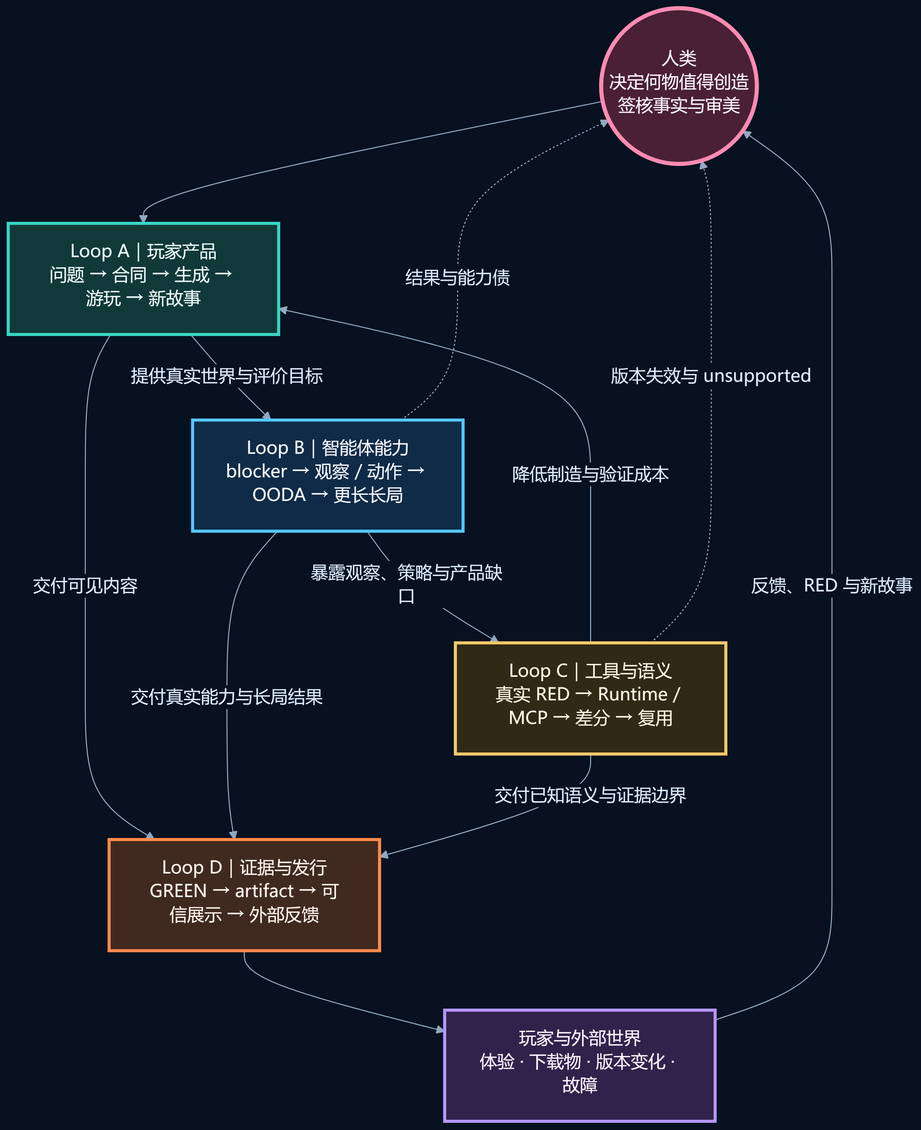
The Mermaid diagram docs/project-causality-architecture/rendered/11-four-loop-flywheel.png in XenoAmess/ck3_eternal_recurrence, before a commit. Its source is kept beside it as docs/project-causality-architecture/src/11-four-loop-flywheel.mmd. The source it was exported from:
```mermaid
flowchart TB
    H(("人类<br/>决定何物值得创造<br/>签核事实与审美"))
    A["Loop A｜玩家产品<br/>问题 → 合同 → 生成 → 游玩 → 新故事"]
    B["Loop B｜智能体能力<br/>blocker → 观察 / 动作 → OODA → 更长长局"]
    C["Loop C｜工具与语义<br/>真实 RED → Runtime / MCP → 差分 → 复用"]
    D["Loop D｜证据与发行<br/>GREEN → artifact → 可信展示 → 外部反馈"]
    P["玩家与外部世界<br/>体验 · 下载物 · 版本变化 · 故障"]

    H --> A
    A -- "提供真实世界与评价目标" --> B
    B -- "暴露观察、策略与产品缺口" --> C
    C -- "降低制造与验证成本" --> A
    A -- "交付可见内容" --> D
    B -- "交付真实能力与长局结果" --> D
    C -- "交付已知语义与证据边界" --> D
    D --> P
    P -- "反馈、RED 与新故事" --> H
    B -. "结果与能力债" .-> H
    C -. "版本失效与 unsupported" .-> H

    class H human;
    class A product;
    class B agent;
    class C tool;
    class D evidence;
    class P public;
    classDef human fill:#4a2034,stroke:#ff8bb2,color:#fff7fb,stroke-width:4px;
    classDef product fill:#123939,stroke:#38d6c5,color:#effffd,stroke-width:3px;
    classDef agent fill:#102b47,stroke:#55c8ff,color:#f4f8ff,stroke-width:3px;
    classDef tool fill:#302916,stroke:#f3c96b,color:#fff8e7,stroke-width:3px;
    classDef evidence fill:#402a1f,stroke:#ff8a4c,color:#fff6ef,stroke-width:3px;
    classDef public fill:#31224b,stroke:#b796ff,color:#faf6ff,stroke-width:3px;
```
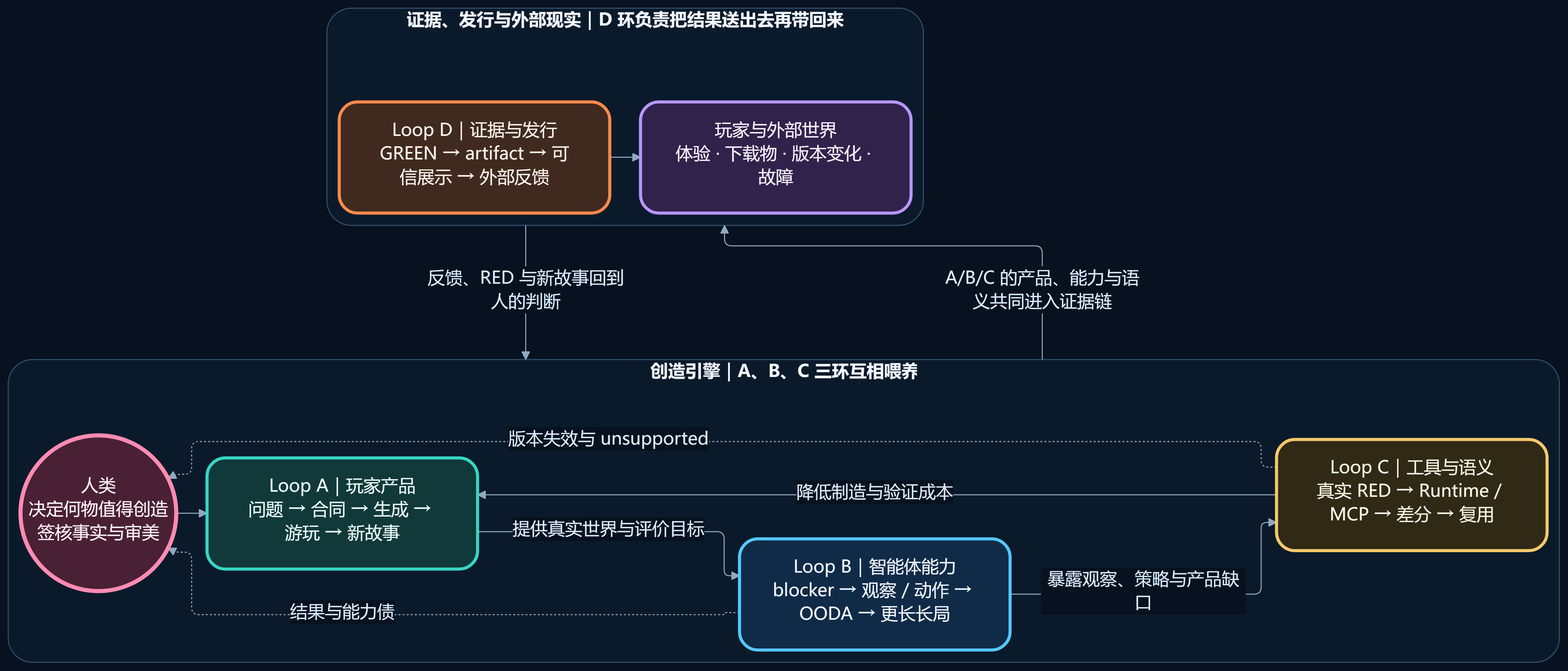
The same diagram one commit later.

The edit, as a diff of the source:
```diff
@@ -1,22 +1,27 @@
 flowchart TB
-    H(("人类<br/>决定何物值得创造<br/>签核事实与审美"))
-    A["Loop A｜玩家产品<br/>问题 → 合同 → 生成 → 游玩 → 新故事"]
-    B["Loop B｜智能体能力<br/>blocker → 观察 / 动作 → OODA → 更长长局"]
-    C["Loop C｜工具与语义<br/>真实 RED → Runtime / MCP → 差分 → 复用"]
-    D["Loop D｜证据与发行<br/>GREEN → artifact → 可信展示 → 外部反馈"]
-    P["玩家与外部世界<br/>体验 · 下载物 · 版本变化 · 故障"]
+    subgraph ENGINE["创造引擎｜A、B、C 三环互相喂养"]
+      direction LR
+      H(("人类<br/>决定何物值得创造<br/>签核事实与审美"))
+      A["Loop A｜玩家产品<br/>问题 → 合同 → 生成 → 游玩 → 新故事"]
+      B["Loop B｜智能体能力<br/>blocker → 观察 / 动作 → OODA → 更长长局"]
+      C["Loop C｜工具与语义<br/>真实 RED → Runtime / MCP → 差分 → 复用"]
+      H --> A
+      A -- "提供真实世界与评价目标" --> B
+      B -- "暴露观察、策略与产品缺口" --> C
+      C -- "降低制造与验证成本" --> A
+      B -. "结果与能力债" .-> H
+      C -. "版本失效与 unsupported" .-> H
+    end
 
-    H --> A
-    A -- "提供真实世界与评价目标" --> B
-    B -- "暴露观察、策略与产品缺口" --> C
-    C -- "降低制造与验证成本" --> A
-    A -- "交付可见内容" --> D
-    B -- "交付真实能力与长局结果" --> D
-    C -- "交付已知语义与证据边界" --> D
-    D --> P
-    P -- "反馈、RED 与新故事" --> H
-    B -. "结果与能力债" .-> H
-    C -. "版本失效与 unsupported" .-> H
+    subgraph REALITY["证据、发行与外部现实｜D 环负责把结果送出去再带回来"]
+      direction LR
+      D["Loop D｜证据与发行<br/>GREEN → artifact → 可信展示 → 外部反馈"]
+      P["玩家与外部世界<br/>体验 · 下载物 · 版本变化 · 故障"]
+      D --> P
+    end
+
+    ENGINE -- "A/B/C 的产品、能力与语义共同进入证据链" --> REALITY
+    REALITY -- "反馈、RED 与新故事回到人的判断" --> ENGINE
 
     class H human;
     class A product;
```
